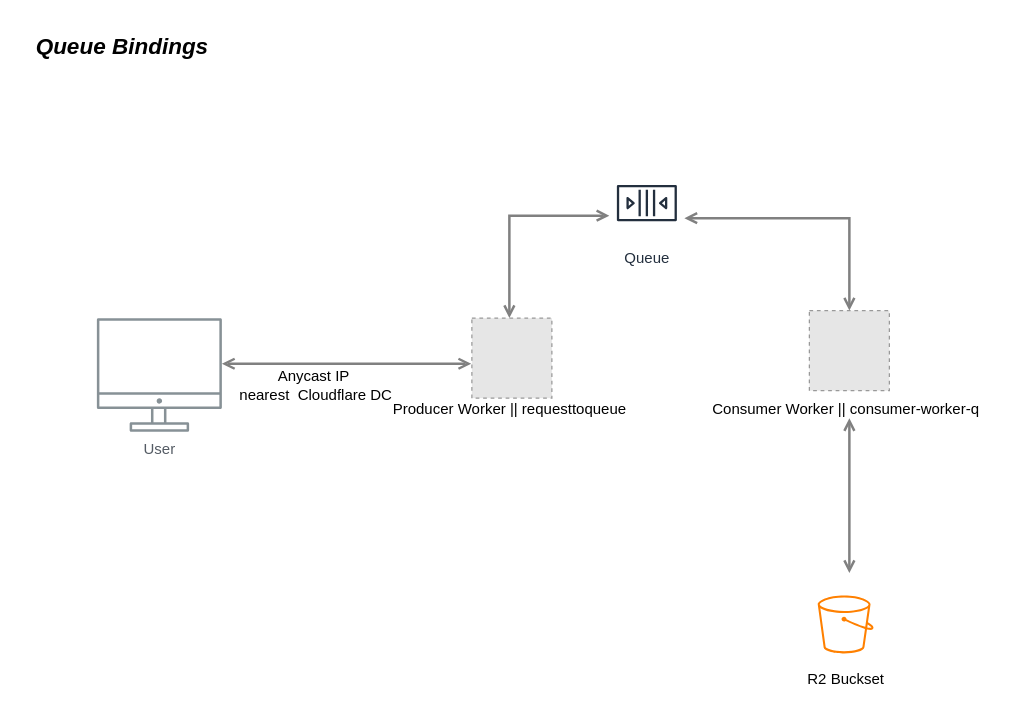
The draw.io diagram Queue Diagram.drawio in iamask/flowchart, before the edit. Source tidied: cells renumbered, new cells numbered last; positions are measured from the earlier drawing's top-left corner, leaving out a move shared by most shapes. Both pictures are drawn from the tidied source at 125%, with x=0, y=0 at pixel (21, 21). Pictures stored in the file or linked from it are replaced by grey dashed boxes.
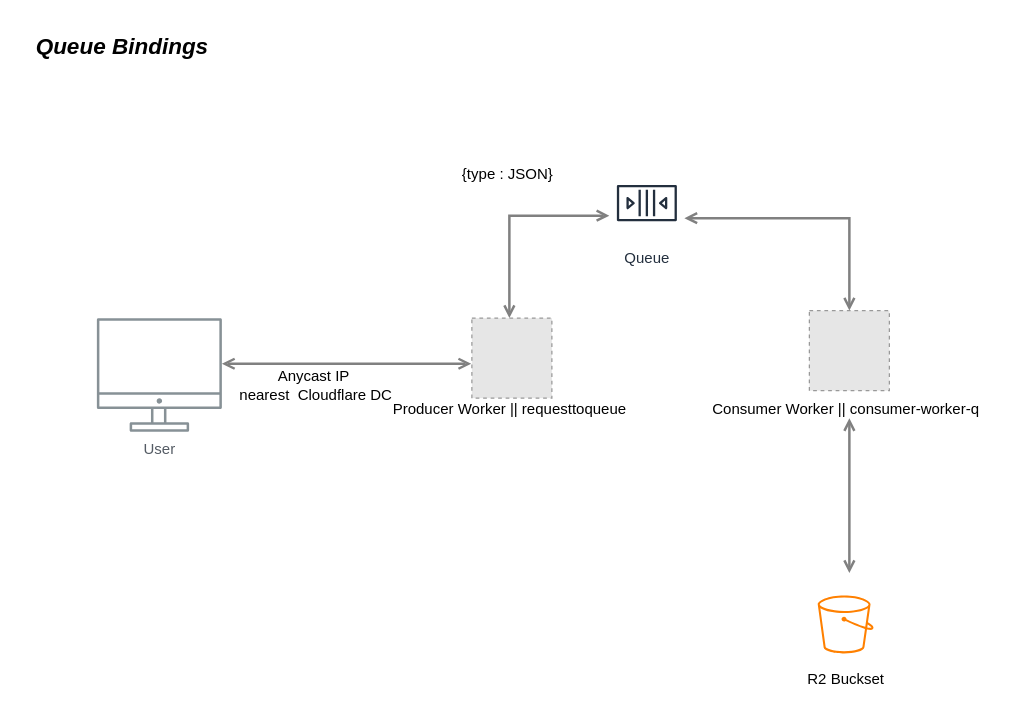
Above is the later version.

Diff of the diagram source:
```diff
@@
+    <mxCell id="16" value="{type : JSON}&amp;nbsp;" style="text;html=1;align=center;verticalAlign=middle;strokeColor=none;fillColor=none;" parent="1" vertex="1">
+      <mxGeometry x="340" y="107" width="100" height="30" as="geometry" />
+    </mxCell>
```
